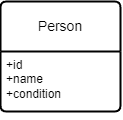
Earlier version of the draw.io export DataBases/lab1/InfologicDiagram.drawio.png (EgorovaVarvara/ITMO). Source tidied: cells renumbered, new cells last; positions are measured from the earlier drawing's top-left corner, leaving out a move shared by most shapes. Source of this version:
```xml
<mxGraphModel>
  <root>
    <mxCell id="0" />
    <mxCell id="1" parent="0" />
    <mxCell id="2" value="Person" style="swimlane;horizontal=1;startSize=50;rounded=1;fontSize=14;fontStyle=0;strokeWidth=2;shadow=0;dashed=0;align=center;arcSize=4;whiteSpace=wrap;html=1;" parent="1" vertex="1">
      <mxGeometry width="120" height="110" as="geometry" />
    </mxCell>
    <mxCell id="3" value="+id&lt;br&gt;+name&lt;br&gt;+condition" style="align=left;strokeColor=none;fillColor=none;spacingLeft=4;fontSize=12;verticalAlign=top;html=1;" parent="2" vertex="1">
      <mxGeometry y="50" width="120" height="60" as="geometry" />
    </mxCell>
    <mxCell id="4" style="edgeStyle=orthogonalEdgeStyle;rounded=0;orthogonalLoop=1;jettySize=auto;html=1;exitX=0.5;exitY=1;exitDx=0;exitDy=0;" parent="2" edge="1" source="3" target="3">
      <mxGeometry relative="1" as="geometry" />
    </mxCell>
  </root>
</mxGraphModel>
```
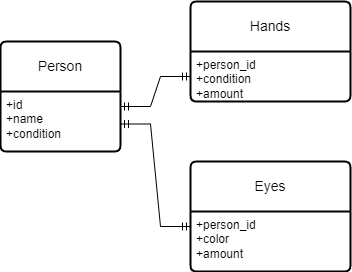
After the commit.

Change to the diagram source:
```diff
@@ -11,5 +11,28 @@
     <mxCell id="4" style="edgeStyle=orthogonalEdgeStyle;rounded=0;orthogonalLoop=1;jettySize=auto;html=1;exitX=0.5;exitY=1;exitDx=0;exitDy=0;" parent="2" edge="1" source="3" target="3">
       <mxGeometry relative="1" as="geometry" />
     </mxCell>
+    <mxCell id="5" value="Hands" style="swimlane;horizontal=1;startSize=50;rounded=1;fontSize=14;fontStyle=0;strokeWidth=2;shadow=0;dashed=0;align=center;arcSize=4;whiteSpace=wrap;html=1;" parent="1" vertex="1">
+      <mxGeometry x="190" y="-40" width="160" height="100" as="geometry" />
+    </mxCell>
+    <mxCell id="6" value="+person_id&lt;br&gt;+condition&lt;br&gt;+amount" style="align=left;strokeColor=none;fillColor=none;spacingLeft=4;fontSize=12;verticalAlign=top;html=1;" parent="5" vertex="1">
+      <mxGeometry y="50" width="160" height="50" as="geometry" />
+    </mxCell>
+    <mxCell id="7" style="edgeStyle=entityRelationEdgeStyle;fontSize=12;html=1;endArrow=ERmandOne;startArrow=ERmandOne;rounded=0;exitX=1;exitY=0.25;exitDx=0;exitDy=0;entryX=0;entryY=0.5;entryDx=0;entryDy=0;" parent="1" edge="1" source="3" target="6">
+      <mxGeometry relative="1" as="geometry">
+        <Array as="points">
+          <mxPoint x="330" y="110" />
+          <mxPoint x="330" y="120" />
+        </Array>
+      </mxGeometry>
+    </mxCell>
+    <mxCell id="8" value="Eyes" style="swimlane;horizontal=1;startSize=50;rounded=1;fontSize=14;fontStyle=0;strokeWidth=2;shadow=0;dashed=0;align=center;arcSize=4;whiteSpace=wrap;html=1;" parent="1" vertex="1">
+      <mxGeometry x="190" y="120" width="160" height="110" as="geometry" />
+    </mxCell>
+    <mxCell id="9" value="+person_id&lt;br&gt;+color&lt;br&gt;+amount" style="align=left;strokeColor=none;fillColor=none;spacingLeft=4;fontSize=12;verticalAlign=top;html=1;" parent="8" vertex="1">
+      <mxGeometry y="50" width="160" height="60" as="geometry" />
+    </mxCell>
+    <mxCell id="10" style="edgeStyle=entityRelationEdgeStyle;fontSize=12;html=1;endArrow=ERmandOne;startArrow=ERmandOne;rounded=0;exitX=1;exitY=0.75;exitDx=0;exitDy=0;entryX=0;entryY=0.25;entryDx=0;entryDy=0;" parent="1" edge="1" source="2" target="9">
+      <mxGeometry relative="1" as="geometry" />
+    </mxCell>
   </root>
 </mxGraphModel>
```
